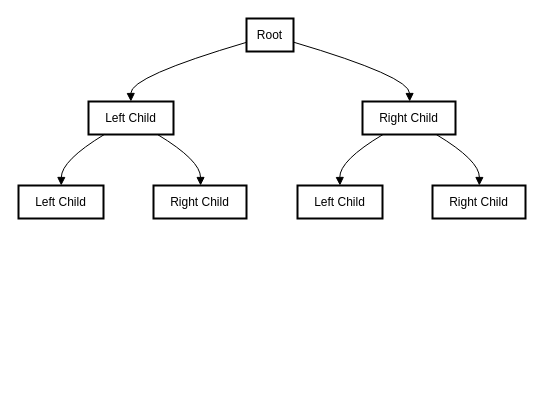
The draw.io diagram Pruner.drawio in peerlessbloom/Diagram, before the edit. Source tidied: cells renumbered, new cells numbered last; positions are measured from the earlier drawing's top-left corner, leaving out a move shared by most shapes. Both pictures are drawn from the tidied source at 100%, with x=0, y=0 at pixel (18, 18).
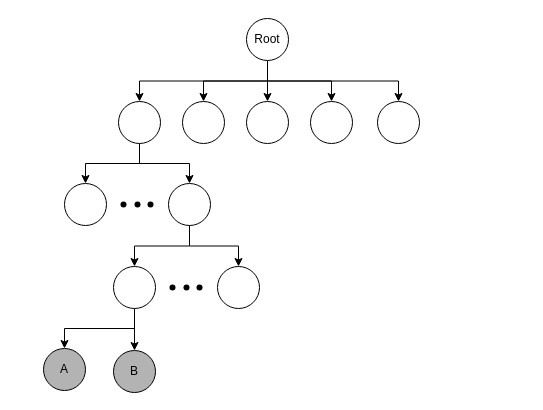
The same page after the edit.

The edit, as a diff of the source:
```diff
@@
+    <mxCell id="15" style="edgeStyle=orthogonalEdgeStyle;rounded=0;jettySize=auto;html=1;exitX=0.5;exitY=1;exitDx=0;exitDy=0;" parent="1" edge="1" source="2" target="22">
+      <mxGeometry relative="1" as="geometry" />
+    </mxCell>
+    <mxCell id="16" style="edgeStyle=orthogonalEdgeStyle;rounded=0;jettySize=auto;html=1;exitX=0.5;exitY=1;exitDx=0;exitDy=0;" parent="1" edge="1" source="2" target="23">
+      <mxGeometry relative="1" as="geometry" />
+    </mxCell>
+    <mxCell id="17" style="edgeStyle=orthogonalEdgeStyle;rounded=0;jettySize=auto;html=1;exitX=0.5;exitY=1;exitDx=0;exitDy=0;" parent="1" edge="1" source="2" target="24">
+      <mxGeometry relative="1" as="geometry" />
+    </mxCell>
+    <mxCell id="18" style="edgeStyle=orthogonalEdgeStyle;rounded=0;jettySize=auto;html=1;exitX=0.5;exitY=1;exitDx=0;exitDy=0;" parent="1" edge="1" source="2" target="25">
+      <mxGeometry relative="1" as="geometry" />
+    </mxCell>
+    <mxCell id="19" style="edgeStyle=orthogonalEdgeStyle;rounded=0;jettySize=auto;html=1;exitX=0.5;exitY=1;exitDx=0;exitDy=0;" parent="1" edge="1" source="2" target="26">
+      <mxGeometry relative="1" as="geometry" />
+    </mxCell>
-    <mxCell id="2" value="Root" style="whiteSpace=wrap;strokeWidth=2;" parent="1" vertex="1">
-      <mxGeometry x="228" width="47" height="33" as="geometry" />
+    <mxCell id="2" value="Root" style="ellipse;whiteSpace=wrap;html=1;" parent="1" vertex="1">
+      <mxGeometry x="228" width="42" height="42" as="geometry" />
     </mxCell>
-    <mxCell id="3" value="Left Child" style="whiteSpace=wrap;strokeWidth=2;" parent="1" vertex="1">
-      <mxGeometry x="70" y="83" width="85" height="33" as="geometry" />
-    </mxCell>
-    <mxCell id="4" value="Right Child" style="whiteSpace=wrap;strokeWidth=2;" parent="1" vertex="1">
-      <mxGeometry x="344" y="83" width="93" height="33" as="geometry" />
-    </mxCell>
-    <mxCell id="5" value="Left Child" style="whiteSpace=wrap;strokeWidth=2;" parent="1" vertex="1">
-      <mxGeometry y="167" width="85" height="33" as="geometry" />
-    </mxCell>
-    <mxCell id="6" value="Right Child" style="whiteSpace=wrap;strokeWidth=2;" parent="1" vertex="1">
-      <mxGeometry x="135" y="167" width="93" height="33" as="geometry" />
-    </mxCell>
-    <mxCell id="7" value="Left Child" style="whiteSpace=wrap;strokeWidth=2;" parent="1" vertex="1">
-      <mxGeometry x="279" y="167" width="85" height="33" as="geometry" />
-    </mxCell>
-    <mxCell id="8" value="Right Child" style="whiteSpace=wrap;strokeWidth=2;" parent="1" vertex="1">
-      <mxGeometry x="414" y="167" width="93" height="33" as="geometry" />
-    </mxCell>
-    <mxCell id="9" style="curved=1;startArrow=none;endArrow=block;exitX=0.00334122840394365;exitY=0.7201917491153568;entryX=0.49882356980267695;entryY=0.012121258359966856;" parent="1" edge="1" source="2" target="3">
-      <mxGeometry relative="1" as="geometry">
-        <Array as="points">
-          <mxPoint x="112" y="58" />
-        </Array>
-      </mxGeometry>
-    </mxCell>
-    <mxCell id="10" style="curved=1;startArrow=none;endArrow=block;exitX=1.008361207677963;exitY=0.7201917491153568;entryX=0.5069893662647534;entryY=0.012121258359966856;" parent="1" edge="1" source="2" target="4">
-      <mxGeometry relative="1" as="geometry">
-        <Array as="points">
-          <mxPoint x="391" y="58" />
-        </Array>
-      </mxGeometry>
-    </mxCell>
-    <mxCell id="11" style="curved=1;startArrow=none;endArrow=block;exitX=0.17048916051289612;exitY=1.0242425167199336;entryX=0.5025000179515166;entryY=-0.006060513583096591;" parent="1" edge="1" source="3" target="5">
-      <mxGeometry relative="1" as="geometry">
-        <Array as="points">
-          <mxPoint x="43" y="142" />
-        </Array>
-      </mxGeometry>
-    </mxCell>
-    <mxCell id="12" style="curved=1;startArrow=none;endArrow=block;exitX=0.8271579790924577;exitY=1.0242425167199336;entryX=0.5063172617266255;entryY=-0.006060513583096591;" parent="1" edge="1" source="3" target="6">
-      <mxGeometry relative="1" as="geometry">
-        <Array as="points">
-          <mxPoint x="182" y="142" />
-        </Array>
-      </mxGeometry>
-    </mxCell>
-    <mxCell id="13" style="curved=1;startArrow=none;endArrow=block;exitX=0.20689877712893198;exitY=1.0242425167199336;entryX=0.49955893123851103;entryY=-0.006060513583096591;" parent="1" edge="1" source="4" target="7">
-      <mxGeometry relative="1" as="geometry">
-        <Array as="points">
-          <mxPoint x="321" y="142" />
-        </Array>
-      </mxGeometry>
-    </mxCell>
-    <mxCell id="14" style="curved=1;startArrow=none;endArrow=block;exitX=0.8070799554005749;exitY=1.0242425167199336;entryX=0.5036291717201151;entryY=-0.006060513583096591;" parent="1" edge="1" source="4" target="8">
-      <mxGeometry relative="1" as="geometry">
-        <Array as="points">
-          <mxPoint x="461" y="142" />
-        </Array>
-      </mxGeometry>
-    </mxCell>
+    <mxCell id="20" style="edgeStyle=orthogonalEdgeStyle;rounded=0;jettySize=auto;html=1;exitX=0.5;exitY=1;exitDx=0;exitDy=0;" parent="1" edge="1" source="22" target="27">
+      <mxGeometry relative="1" as="geometry" />
+    </mxCell>
+    <mxCell id="21" style="edgeStyle=orthogonalEdgeStyle;rounded=0;jettySize=auto;html=1;exitX=0.5;exitY=1;exitDx=0;exitDy=0;entryX=0.5;entryY=0;entryDx=0;entryDy=0;" parent="1" edge="1" source="22" target="30">
+      <mxGeometry relative="1" as="geometry" />
+    </mxCell>
+    <mxCell id="22" style="ellipse;whiteSpace=wrap;html=1;" parent="1" vertex="1">
+      <mxGeometry x="100" y="83" width="42" height="42" as="geometry" />
+    </mxCell>
+    <mxCell id="23" style="ellipse;whiteSpace=wrap;html=1;" parent="1" vertex="1">
+      <mxGeometry x="164" y="83" width="42" height="42" as="geometry" />
+    </mxCell>
+    <mxCell id="24" style="ellipse;whiteSpace=wrap;html=1;" parent="1" vertex="1">
+      <mxGeometry x="228" y="83" width="42" height="42" as="geometry" />
+    </mxCell>
+    <mxCell id="25" style="ellipse;whiteSpace=wrap;html=1;" parent="1" vertex="1">
+      <mxGeometry x="292" y="83" width="42" height="42" as="geometry" />
+    </mxCell>
+    <mxCell id="26" style="ellipse;whiteSpace=wrap;html=1;" parent="1" vertex="1">
+      <mxGeometry x="359" y="83" width="42" height="42" as="geometry" />
+    </mxCell>
+    <mxCell id="27" style="ellipse;whiteSpace=wrap;html=1;" parent="1" vertex="1">
+      <mxGeometry x="46" y="165" width="42" height="42" as="geometry" />
+    </mxCell>
+    <mxCell id="28" style="edgeStyle=orthogonalEdgeStyle;rounded=0;jettySize=auto;html=1;exitX=0.5;exitY=1;exitDx=0;exitDy=0;" parent="1" edge="1" source="30" target="36">
+      <mxGeometry relative="1" as="geometry" />
+    </mxCell>
+    <mxCell id="29" style="edgeStyle=orthogonalEdgeStyle;rounded=0;jettySize=auto;html=1;exitX=0.5;exitY=1;exitDx=0;exitDy=0;entryX=0.5;entryY=0;entryDx=0;entryDy=0;" parent="1" edge="1" source="30" target="37">
+      <mxGeometry relative="1" as="geometry" />
+    </mxCell>
+    <mxCell id="30" style="ellipse;whiteSpace=wrap;html=1;" parent="1" vertex="1">
+      <mxGeometry x="150" y="165" width="42" height="42" as="geometry" />
+    </mxCell>
+    <mxCell id="31" style="shape=waypoint;sketch=0;fillStyle=solid;size=6;fillColor=none;perimeter=centerPerimeter;" parent="1" vertex="1">
+      <mxGeometry x="109" y="176" width="20" height="20" as="geometry" />
+    </mxCell>
+    <mxCell id="32" style="shape=waypoint;sketch=0;fillStyle=solid;size=6;fillColor=none;perimeter=centerPerimeter;" parent="1" vertex="1">
+      <mxGeometry x="122" y="176" width="20" height="20" as="geometry" />
+    </mxCell>
+    <mxCell id="33" style="shape=waypoint;sketch=0;fillStyle=solid;size=6;fillColor=none;perimeter=centerPerimeter;" parent="1" vertex="1">
+      <mxGeometry x="95" y="176" width="20" height="20" as="geometry" />
+    </mxCell>
+    <mxCell id="34" style="edgeStyle=orthogonalEdgeStyle;rounded=0;jettySize=auto;html=1;exitX=0.5;exitY=1;exitDx=0;exitDy=0;entryX=0.5;entryY=0;entryDx=0;entryDy=0;" parent="1" edge="1" source="36" target="41">
+      <mxGeometry relative="1" as="geometry" />
+    </mxCell>
+    <mxCell id="35" style="edgeStyle=orthogonalEdgeStyle;rounded=0;jettySize=auto;html=1;exitX=0.5;exitY=1;exitDx=0;exitDy=0;" parent="1" edge="1" source="36" target="42">
+      <mxGeometry relative="1" as="geometry" />
+    </mxCell>
+    <mxCell id="36" style="ellipse;whiteSpace=wrap;html=1;" parent="1" vertex="1">
+      <mxGeometry x="95" y="248" width="42" height="42" as="geometry" />
+    </mxCell>
+    <mxCell id="37" style="ellipse;whiteSpace=wrap;html=1;" parent="1" vertex="1">
+      <mxGeometry x="199" y="248" width="42" height="42" as="geometry" />
+    </mxCell>
+    <mxCell id="38" style="shape=waypoint;sketch=0;fillStyle=solid;size=6;fillColor=none;perimeter=centerPerimeter;" parent="1" vertex="1">
+      <mxGeometry x="158" y="259" width="20" height="20" as="geometry" />
+    </mxCell>
+    <mxCell id="39" style="shape=waypoint;sketch=0;fillStyle=solid;size=6;fillColor=none;perimeter=centerPerimeter;" parent="1" vertex="1">
+      <mxGeometry x="171" y="259" width="20" height="20" as="geometry" />
+    </mxCell>
+    <mxCell id="40" style="shape=waypoint;sketch=0;fillStyle=solid;size=6;fillColor=none;perimeter=centerPerimeter;" parent="1" vertex="1">
+      <mxGeometry x="144" y="259" width="20" height="20" as="geometry" />
+    </mxCell>
+    <mxCell id="41" value="A" style="ellipse;whiteSpace=wrap;html=1;fillColor=#B3B3B3;" parent="1" vertex="1">
+      <mxGeometry x="25" y="330" width="42" height="42" as="geometry" />
+    </mxCell>
+    <mxCell id="42" value="B" style="ellipse;whiteSpace=wrap;html=1;fillColor=#B3B3B3;" parent="1" vertex="1">
+      <mxGeometry x="95" y="332" width="42" height="42" as="geometry" />
+    </mxCell>
```
